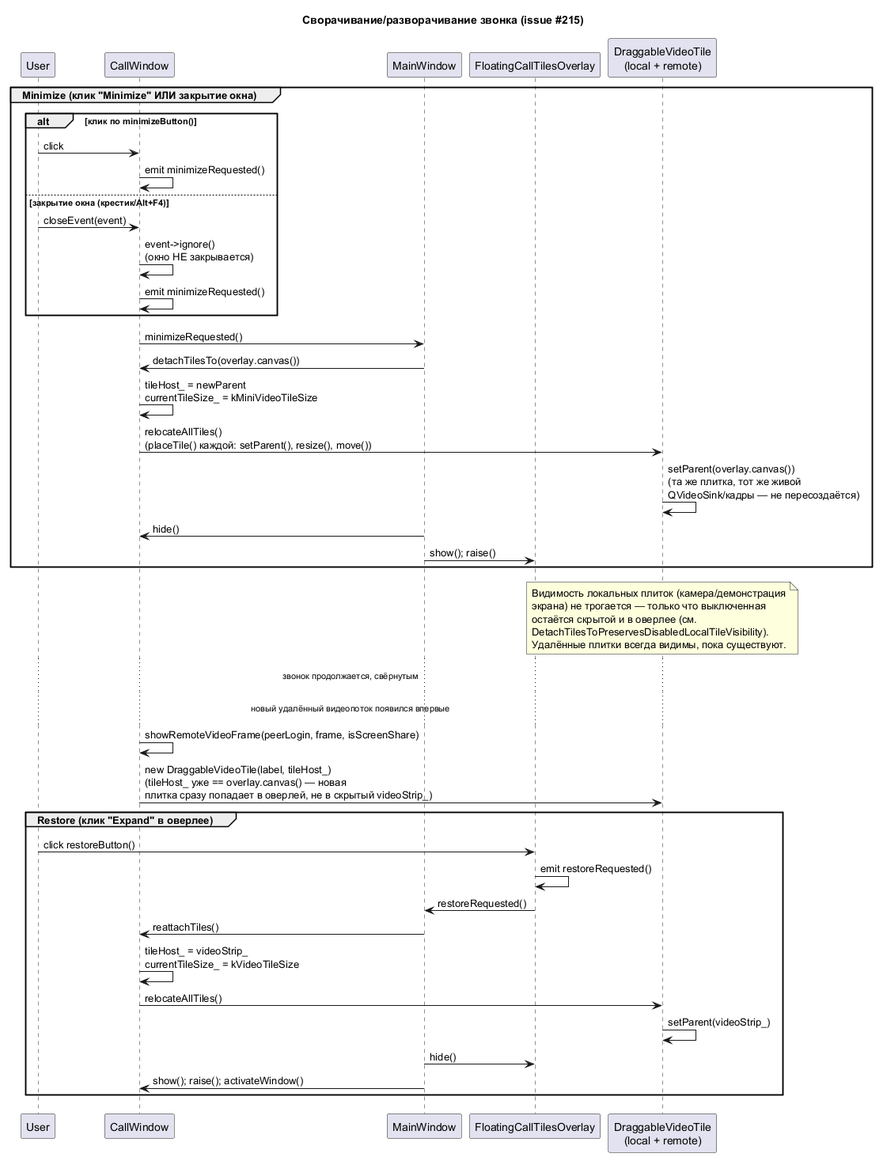
Before: docs/diagrams/call-minimize-sequence.png, a diagram exported from PlantUML (NekrasovIS/Exp).
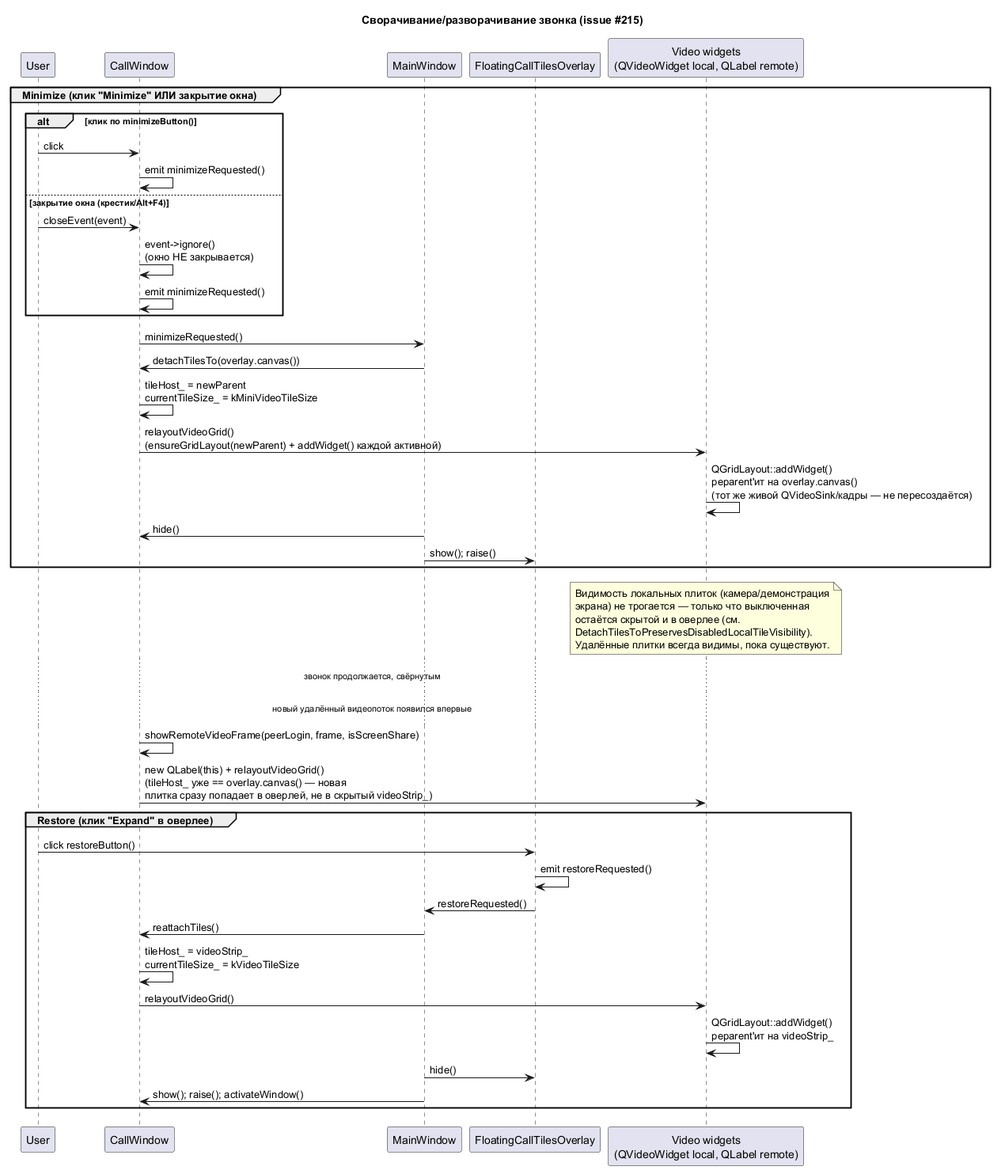
Above is the later version.

The edit, as a diff of the source:
```diff
@@ -5,7 +5,7 @@
 participant CallWindow
 participant MainWindow
 participant FloatingCallTilesOverlay as Overlay
-participant "DraggableVideoTile\n(local + remote)" as Tiles
+participant "Video widgets\n(QVideoWidget local, QLabel remote)" as Tiles
 
 group Minimize (клик "Minimize" ИЛИ закрытие окна)
   alt клик по minimizeButton()
@@ -19,8 +19,8 @@
   CallWindow -> MainWindow : minimizeRequested()
   MainWindow -> CallWindow : detachTilesTo(overlay.canvas())
   CallWindow -> CallWindow : tileHost_ = newParent\ncurrentTileSize_ = kMiniVideoTileSize
-  CallWindow -> Tiles : relocateAllTiles()\n(placeTile() каждой: setParent(), resize(), move())
-  Tiles -> Tiles : setParent(overlay.canvas())\n(та же плитка, тот же живой\nQVideoSink/кадры — не пересоздаётся)
+  CallWindow -> Tiles : relayoutVideoGrid()\n(ensureGridLayout(newParent) + addWidget() каждой активной)
+  Tiles -> Tiles : QGridLayout::addWidget()\nреparent'ит на overlay.canvas()\n(тот же живой QVideoSink/кадры — не пересоздаётся)
   MainWindow -> CallWindow : hide()
   MainWindow -> Overlay : show(); raise()
 end
@@ -37,7 +37,7 @@
 
 ... новый удалённый видеопоток появился впервые ...
 CallWindow -> CallWindow : showRemoteVideoFrame(peerLogin, frame, isScreenShare)
-CallWindow -> Tiles : new DraggableVideoTile(label, tileHost_)\n(tileHost_ уже == overlay.canvas() — новая\nплитка сразу попадает в оверлей, не в скрытый videoStrip_)
+CallWindow -> Tiles : new QLabel(this) + relayoutVideoGrid()\n(tileHost_ уже == overlay.canvas() — новая\nплитка сразу попадает в оверлей, не в скрытый videoStrip_)
 
 group Restore (клик "Expand" в оверлее)
   User -> Overlay : click restoreButton()
@@ -45,8 +45,8 @@
   Overlay -> MainWindow : restoreRequested()
   MainWindow -> CallWindow : reattachTiles()
   CallWindow -> CallWindow : tileHost_ = videoStrip_\ncurrentTileSize_ = kVideoTileSize
-  CallWindow -> Tiles : relocateAllTiles()
-  Tiles -> Tiles : setParent(videoStrip_)
+  CallWindow -> Tiles : relayoutVideoGrid()
+  Tiles -> Tiles : QGridLayout::addWidget()\nреparent'ит на videoStrip_
   MainWindow -> Overlay : hide()
   MainWindow -> CallWindow : show(); raise(); activateWindow()
 end
```
